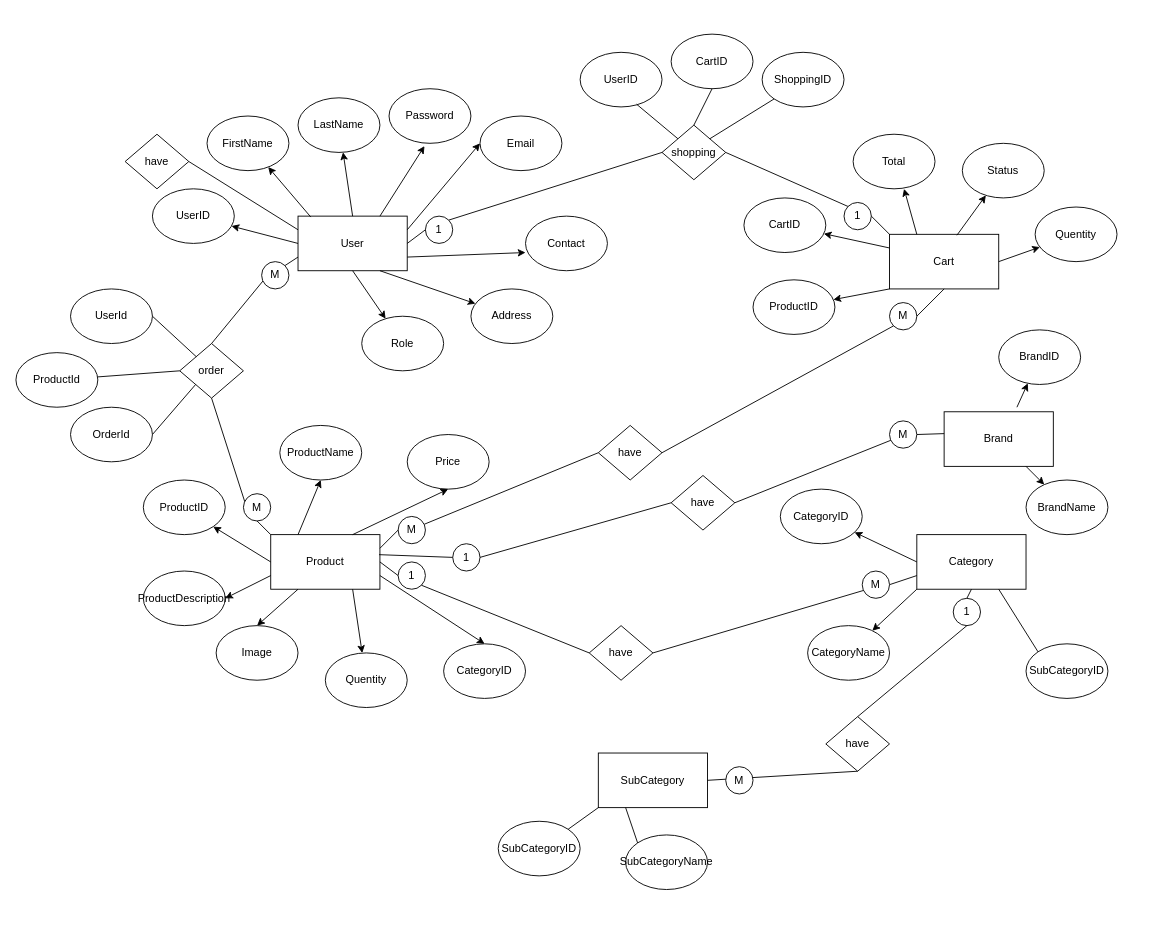
Earlier version of the draw.io diagram page "Page-2" (2 of 3) of Task01.drawio (buddikatdk/Task01). Source tidied: cells renumbered, new cells numbered last; positions are measured from the earlier drawing's top-left corner, leaving out a move shared by most shapes. Both pictures are drawn from the tidied source at 91%, with x=0, y=0 at pixel (15, 34).
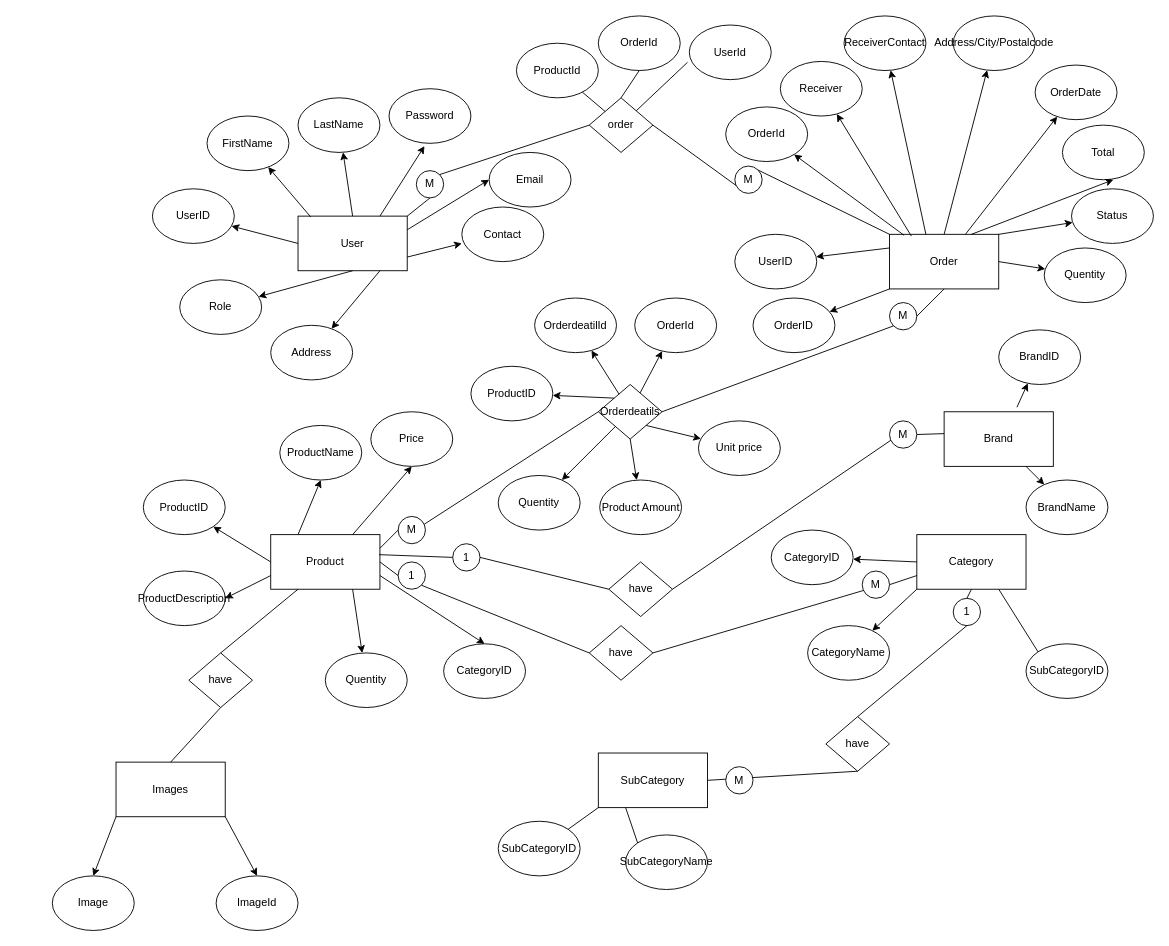
The same diagram, later.

The change refers to these unchanged cells:
```xml
<mxCell id="2" value="User" style="rounded=0;whiteSpace=wrap;html=1;" parent="1" vertex="1">
  <mxGeometry x="310" y="200" width="120" height="60" as="geometry" />
</mxCell>
<mxCell id="15" value="Product" style="rounded=0;whiteSpace=wrap;html=1;" parent="1" vertex="1">
  <mxGeometry x="280" y="550" width="120" height="60" as="geometry" />
</mxCell>
```

Change to the diagram source:
```diff
@@
     <mxCell id="6" value="Email" style="ellipse;whiteSpace=wrap;html=1;" parent="1" vertex="1">
-      <mxGeometry x="510" y="90" width="90" height="60" as="geometry" />
+      <mxGeometry x="520" y="130" width="90" height="60" as="geometry" />
     </mxCell>
     <mxCell id="7" value="Contact" style="ellipse;whiteSpace=wrap;html=1;" parent="1" vertex="1">
-      <mxGeometry x="560" y="200" width="90" height="60" as="geometry" />
+      <mxGeometry x="490" y="190" width="90" height="60" as="geometry" />
     </mxCell>
@@
     <mxCell id="13" value="Address" style="ellipse;whiteSpace=wrap;html=1;" parent="1" vertex="1">
-      <mxGeometry x="500" y="280" width="90" height="60" as="geometry" />
+      <mxGeometry x="280" y="320" width="90" height="60" as="geometry" />
     </mxCell>
@@
     <mxCell id="18" value="Price" style="ellipse;whiteSpace=wrap;html=1;" parent="1" vertex="1">
-      <mxGeometry x="430" y="440" width="90" height="60" as="geometry" />
+      <mxGeometry x="390" y="415" width="90" height="60" as="geometry" />
     </mxCell>
@@
     <mxCell id="28" value="Image" style="ellipse;whiteSpace=wrap;html=1;" parent="1" vertex="1">
-      <mxGeometry x="220" y="650" width="90" height="60" as="geometry" />
+      <mxGeometry x="40" y="925" width="90" height="60" as="geometry" />
     </mxCell>
-    <mxCell id="29" style="endArrow=classic;html=1;rounded=0;exitX=0.25;exitY=1;exitDx=0;exitDy=0;entryX=0.5;entryY=0;entryDx=0;entryDy=0;" parent="1" edge="1" source="15" target="28">
-      <mxGeometry relative="1" as="geometry" />
-    </mxCell>
@@
     <mxCell id="31" value="CategoryID" style="ellipse;whiteSpace=wrap;html=1;" parent="1" vertex="1">
-      <mxGeometry x="840" y="500" width="90" height="60" as="geometry" />
+      <mxGeometry x="830" y="545" width="90" height="60" as="geometry" />
     </mxCell>
@@
-    <mxCell id="35" value="Cart" style="rounded=0;whiteSpace=wrap;html=1;" parent="1" vertex="1">
+    <mxCell id="35" value="Order" style="rounded=0;whiteSpace=wrap;html=1;" parent="1" vertex="1">
       <mxGeometry x="960" y="220" width="120" height="60" as="geometry" />
     </mxCell>
-    <mxCell id="36" value="ProductID" style="ellipse;whiteSpace=wrap;html=1;" parent="1" vertex="1">
-      <mxGeometry x="810" y="270" width="90" height="60" as="geometry" />
+    <mxCell id="36" value="OrderID" style="ellipse;whiteSpace=wrap;html=1;" parent="1" vertex="1">
+      <mxGeometry x="810" y="290" width="90" height="60" as="geometry" />
     </mxCell>
@@
-    <mxCell id="38" value="CartID" style="ellipse;whiteSpace=wrap;html=1;" parent="1" vertex="1">
-      <mxGeometry x="800" y="180" width="90" height="60" as="geometry" />
+    <mxCell id="38" value="UserID" style="ellipse;whiteSpace=wrap;html=1;" parent="1" vertex="1">
+      <mxGeometry x="790" y="220" width="90" height="60" as="geometry" />
     </mxCell>
@@
     <mxCell id="40" value="Total" style="ellipse;whiteSpace=wrap;html=1;" parent="1" vertex="1">
-      <mxGeometry x="920" y="110" width="90" height="60" as="geometry" />
+      <mxGeometry x="1150" y="100" width="90" height="60" as="geometry" />
     </mxCell>
-    <mxCell id="41" style="endArrow=classic;html=1;rounded=0;exitX=0.25;exitY=0;exitDx=0;exitDy=0;entryX=0.622;entryY=1;entryDx=0;entryDy=0;entryPerimeter=0;" parent="1" edge="1" source="35" target="40">
+    <mxCell id="41" style="endArrow=classic;html=1;rounded=0;entryX=0.622;entryY=1;entryDx=0;entryDy=0;entryPerimeter=0;exitX=0.75;exitY=0;exitDx=0;exitDy=0;" parent="1" edge="1" source="35" target="40">
       <mxGeometry relative="1" as="geometry" />
     </mxCell>
     <mxCell id="42" value="Status" style="ellipse;whiteSpace=wrap;html=1;" parent="1" vertex="1">
-      <mxGeometry x="1040" y="120" width="90" height="60" as="geometry" />
+      <mxGeometry x="1160" y="170" width="90" height="60" as="geometry" />
     </mxCell>
-    <mxCell id="43" style="endArrow=classic;html=1;rounded=0;exitX=0.617;exitY=0.017;exitDx=0;exitDy=0;exitPerimeter=0;" parent="1" edge="1" source="35" target="42">
+    <mxCell id="43" style="endArrow=classic;html=1;rounded=0;exitX=1;exitY=0;exitDx=0;exitDy=0;" parent="1" edge="1" source="35" target="42">
       <mxGeometry relative="1" as="geometry" />
     </mxCell>
@@
     <mxCell id="46" value="Quentity" style="ellipse;whiteSpace=wrap;html=1;" parent="1" vertex="1">
-      <mxGeometry x="1120" y="190" width="90" height="60" as="geometry" />
+      <mxGeometry x="1130" y="235" width="90" height="60" as="geometry" />
     </mxCell>
@@
     <mxCell id="48" value="order" style="rhombus;whiteSpace=wrap;html=1;" parent="1" vertex="1">
-      <mxGeometry x="180" y="340" width="70" height="60" as="geometry" />
+      <mxGeometry x="630" y="70" width="70" height="60" as="geometry" />
     </mxCell>
-    <mxCell id="49" style="endArrow=none;html=1;rounded=0;entryX=0;entryY=0.75;entryDx=0;entryDy=0;exitX=1;exitY=0;exitDx=0;exitDy=0;startArrow=none;" parent="1" edge="1" source="61" target="2">
+    <mxCell id="49" style="endArrow=none;html=1;rounded=0;entryX=0;entryY=0;entryDx=0;entryDy=0;exitX=1;exitY=0;exitDx=0;exitDy=0;startArrow=none;" parent="1" edge="1" source="61" target="35">
       <mxGeometry relative="1" as="geometry" />
     </mxCell>
-    <mxCell id="50" style="endArrow=none;html=1;rounded=0;exitX=0.5;exitY=1;exitDx=0;exitDy=0;entryX=0;entryY=0;entryDx=0;entryDy=0;startArrow=none;" parent="1" edge="1" source="63" target="15">
+    <mxCell id="50" style="endArrow=none;html=1;rounded=0;exitX=0.5;exitY=1;exitDx=0;exitDy=0;entryX=1;entryY=0;entryDx=0;entryDy=0;startArrow=none;" parent="1" edge="1" source="63" target="2">
       <mxGeometry relative="1" as="geometry" />
     </mxCell>
@@
-    <mxCell id="54" value="have" style="rhombus;whiteSpace=wrap;html=1;" parent="1" vertex="1">
-      <mxGeometry x="640" y="430" width="70" height="60" as="geometry" />
+    <mxCell id="54" value="Orderdeatils" style="rhombus;whiteSpace=wrap;html=1;" parent="1" vertex="1">
+      <mxGeometry x="640" y="385" width="70" height="60" as="geometry" />
     </mxCell>
@@
     <mxCell id="61" value="M" style="ellipse;whiteSpace=wrap;html=1;" parent="1" vertex="1">
-      <mxGeometry x="270" y="250" width="30" height="30" as="geometry" />
+      <mxGeometry x="790" y="145" width="30" height="30" as="geometry" />
     </mxCell>
-    <mxCell id="62" style="endArrow=none;html=1;rounded=0;entryX=0;entryY=0.75;entryDx=0;entryDy=0;exitX=0.5;exitY=0;exitDx=0;exitDy=0;" parent="1" edge="1" source="48" target="61">
+    <mxCell id="62" style="endArrow=none;html=1;rounded=0;entryX=0;entryY=0.75;entryDx=0;entryDy=0;exitX=1;exitY=0.5;exitDx=0;exitDy=0;" parent="1" edge="1" source="48" target="61">
       <mxGeometry relative="1" as="geometry" />
     </mxCell>
     <mxCell id="63" value="M" style="ellipse;whiteSpace=wrap;html=1;" parent="1" vertex="1">
-      <mxGeometry x="250" y="505" width="30" height="30" as="geometry" />
+      <mxGeometry x="440" y="150" width="30" height="30" as="geometry" />
     </mxCell>
-    <mxCell id="64" style="endArrow=none;html=1;rounded=0;exitX=0.5;exitY=1;exitDx=0;exitDy=0;entryX=0;entryY=0.25;entryDx=0;entryDy=0;" parent="1" edge="1" source="48" target="63">
+    <mxCell id="64" style="endArrow=none;html=1;rounded=0;exitX=0;exitY=0.5;exitDx=0;exitDy=0;entryX=1;entryY=0;entryDx=0;entryDy=0;" parent="1" edge="1" source="48" target="63">
       <mxGeometry relative="1" as="geometry" />
     </mxCell>
@@
     <mxCell id="69" value="UserId" style="ellipse;whiteSpace=wrap;html=1;" parent="1" vertex="1">
-      <mxGeometry x="60" y="280" width="90" height="60" as="geometry" />
+      <mxGeometry x="740" y="-10" width="90" height="60" as="geometry" />
     </mxCell>
     <mxCell id="70" value="ProductId" style="ellipse;whiteSpace=wrap;html=1;" parent="1" vertex="1">
-      <mxGeometry y="350" width="90" height="60" as="geometry" />
+      <mxGeometry x="550" y="10" width="90" height="60" as="geometry" />
     </mxCell>
     <mxCell id="71" value="OrderId" style="ellipse;whiteSpace=wrap;html=1;" parent="1" vertex="1">
-      <mxGeometry x="60" y="410" width="90" height="60" as="geometry" />
+      <mxGeometry x="640" y="-20" width="90" height="60" as="geometry" />
     </mxCell>
-    <mxCell id="72" style="endArrow=none;html=1;rounded=0;exitX=1;exitY=0.5;exitDx=0;exitDy=0;" parent="1" edge="1" source="69" target="48">
+    <mxCell id="72" style="endArrow=none;html=1;rounded=0;exitX=-0.022;exitY=0.683;exitDx=0;exitDy=0;exitPerimeter=0;" parent="1" edge="1" source="69" target="48">
       <mxGeometry relative="1" as="geometry" />
     </mxCell>
-    <mxCell id="73" style="endArrow=none;html=1;rounded=0;entryX=0;entryY=0.5;entryDx=0;entryDy=0;" parent="1" edge="1" source="70" target="48">
+    <mxCell id="73" style="endArrow=none;html=1;rounded=0;entryX=0;entryY=0;entryDx=0;entryDy=0;" parent="1" edge="1" source="70" target="48">
       <mxGeometry relative="1" as="geometry" />
     </mxCell>
-    <mxCell id="74" style="endArrow=none;html=1;rounded=0;exitX=1;exitY=0.5;exitDx=0;exitDy=0;entryX=0;entryY=1;entryDx=0;entryDy=0;" parent="1" edge="1" source="71" target="48">
+    <mxCell id="74" style="endArrow=none;html=1;rounded=0;exitX=0.5;exitY=1;exitDx=0;exitDy=0;entryX=0.5;entryY=0;entryDx=0;entryDy=0;" parent="1" edge="1" source="71" target="48">
       <mxGeometry relative="1" as="geometry" />
     </mxCell>
-    <mxCell id="75" value="shopping" style="rhombus;whiteSpace=wrap;html=1;" parent="1" vertex="1">
-      <mxGeometry x="710" y="100" width="70" height="60" as="geometry" />
-    </mxCell>
-    <mxCell id="76" style="endArrow=none;html=1;rounded=0;exitX=1;exitY=0;exitDx=0;exitDy=0;entryX=0;entryY=0.5;entryDx=0;entryDy=0;startArrow=none;" parent="1" edge="1" source="84" target="75">
-      <mxGeometry relative="1" as="geometry" />
-    </mxCell>
-    <mxCell id="77" style="endArrow=none;html=1;rounded=0;entryX=1;entryY=0.5;entryDx=0;entryDy=0;exitX=0;exitY=0;exitDx=0;exitDy=0;startArrow=none;" parent="1" edge="1" source="86" target="75">
-      <mxGeometry relative="1" as="geometry" />
-    </mxCell>
-    <mxCell id="78" value="UserID" style="ellipse;whiteSpace=wrap;html=1;" parent="1" vertex="1">
-      <mxGeometry x="620" y="20" width="90" height="60" as="geometry" />
-    </mxCell>
-    <mxCell id="79" value="CartID" style="ellipse;whiteSpace=wrap;html=1;" parent="1" vertex="1">
-      <mxGeometry x="720" width="90" height="60" as="geometry" />
-    </mxCell>
-    <mxCell id="80" value="ShoppingID" style="ellipse;whiteSpace=wrap;html=1;" parent="1" vertex="1">
-      <mxGeometry x="820" y="20" width="90" height="60" as="geometry" />
-    </mxCell>
-    <mxCell id="81" style="endArrow=none;html=1;rounded=0;entryX=0.689;entryY=0.95;entryDx=0;entryDy=0;exitX=0;exitY=0;exitDx=0;exitDy=0;entryPerimeter=0;" parent="1" edge="1" source="75" target="78">
-      <mxGeometry relative="1" as="geometry" />
-    </mxCell>
-    <mxCell id="82" style="endArrow=none;html=1;rounded=0;entryX=0.5;entryY=1;entryDx=0;entryDy=0;exitX=0.5;exitY=0;exitDx=0;exitDy=0;" parent="1" edge="1" source="75" target="79">
-      <mxGeometry relative="1" as="geometry" />
-    </mxCell>
-    <mxCell id="83" style="endArrow=none;html=1;rounded=0;entryX=0;entryY=1;entryDx=0;entryDy=0;exitX=1;exitY=0;exitDx=0;exitDy=0;" parent="1" edge="1" source="75" target="80">
-      <mxGeometry relative="1" as="geometry" />
-    </mxCell>
-    <mxCell id="84" value="1" style="ellipse;whiteSpace=wrap;html=1;" parent="1" vertex="1">
-      <mxGeometry x="450" y="200" width="30" height="30" as="geometry" />
-    </mxCell>
-    <mxCell id="85" style="endArrow=none;html=1;rounded=0;exitX=1;exitY=0.5;exitDx=0;exitDy=0;entryX=0;entryY=0.5;entryDx=0;entryDy=0;" parent="1" edge="1" source="2" target="84">
-      <mxGeometry relative="1" as="geometry" />
-    </mxCell>
-    <mxCell id="86" value="1" style="ellipse;whiteSpace=wrap;html=1;" parent="1" vertex="1">
-      <mxGeometry x="910" y="185" width="30" height="30" as="geometry" />
-    </mxCell>
-    <mxCell id="87" style="endArrow=none;html=1;rounded=0;entryX=1;entryY=0.5;entryDx=0;entryDy=0;exitX=0;exitY=0;exitDx=0;exitDy=0;" parent="1" edge="1" source="35" target="86">
-      <mxGeometry relative="1" as="geometry" />
-    </mxCell>
-    <mxCell id="88" value="have" style="rhombus;whiteSpace=wrap;html=1;" parent="1" vertex="1">
-      <mxGeometry x="120" y="110" width="70" height="60" as="geometry" />
-    </mxCell>
-    <mxCell id="89" style="endArrow=none;html=1;rounded=0;entryX=1;entryY=0.5;entryDx=0;entryDy=0;exitX=0;exitY=0.25;exitDx=0;exitDy=0;" parent="1" edge="1" source="2" target="88">
-      <mxGeometry relative="1" as="geometry" />
-    </mxCell>
     <mxCell id="90" value="Role" style="ellipse;whiteSpace=wrap;html=1;" parent="1" vertex="1">
-      <mxGeometry x="380" y="310" width="90" height="60" as="geometry" />
+      <mxGeometry x="180" y="270" width="90" height="60" as="geometry" />
     </mxCell>
@@
     <mxCell id="97" value="have" style="rhombus;whiteSpace=wrap;html=1;" parent="1" vertex="1">
-      <mxGeometry x="720" y="485" width="70" height="60" as="geometry" />
+      <mxGeometry x="651.5" y="580" width="70" height="60" as="geometry" />
     </mxCell>
@@
+    <mxCell id="117" value="Images" style="rounded=0;whiteSpace=wrap;html=1;" parent="1" vertex="1">
+      <mxGeometry x="110" y="800" width="120" height="60" as="geometry" />
+    </mxCell>
+    <mxCell id="118" value="ImageId" style="ellipse;whiteSpace=wrap;html=1;" parent="1" vertex="1">
+      <mxGeometry x="220" y="925" width="90" height="60" as="geometry" />
+    </mxCell>
+    <mxCell id="119" style="endArrow=classic;html=1;rounded=0;exitX=0;exitY=1;exitDx=0;exitDy=0;entryX=0.5;entryY=0;entryDx=0;entryDy=0;" parent="1" edge="1">
+      <mxGeometry relative="1" as="geometry">
+        <mxPoint x="110" y="860" as="sourcePoint" />
+        <mxPoint x="85" y="925" as="targetPoint" />
+      </mxGeometry>
+    </mxCell>
+    <mxCell id="120" style="endArrow=classic;html=1;rounded=0;exitX=1;exitY=1;exitDx=0;exitDy=0;entryX=0.5;entryY=0;entryDx=0;entryDy=0;" parent="1" edge="1" source="117" target="118">
+      <mxGeometry relative="1" as="geometry" />
+    </mxCell>
+    <mxCell id="88" value="have" style="rhombus;whiteSpace=wrap;html=1;" parent="1" vertex="1">
+      <mxGeometry x="190" y="680" width="70" height="60" as="geometry" />
+    </mxCell>
+    <mxCell id="121" style="endArrow=none;html=1;rounded=0;exitX=0.5;exitY=0;exitDx=0;exitDy=0;entryX=0.25;entryY=1;entryDx=0;entryDy=0;" parent="1" edge="1" source="88" target="15">
+      <mxGeometry relative="1" as="geometry" />
+    </mxCell>
+    <mxCell id="122" style="endArrow=none;html=1;rounded=0;exitX=0.5;exitY=0;exitDx=0;exitDy=0;entryX=0.5;entryY=1;entryDx=0;entryDy=0;" parent="1" edge="1" source="117" target="88">
+      <mxGeometry relative="1" as="geometry" />
+    </mxCell>
+    <mxCell id="123" value="ProductID" style="ellipse;whiteSpace=wrap;html=1;" parent="1" vertex="1">
+      <mxGeometry x="500" y="365" width="90" height="60" as="geometry" />
+    </mxCell>
+    <mxCell id="124" style="endArrow=classic;html=1;rounded=0;exitX=0;exitY=0;exitDx=0;exitDy=0;" parent="1" edge="1" source="54" target="123">
+      <mxGeometry relative="1" as="geometry" />
+    </mxCell>
+    <mxCell id="125" value="OrderdeatilId" style="ellipse;whiteSpace=wrap;html=1;" parent="1" vertex="1">
+      <mxGeometry x="570" y="290" width="90" height="60" as="geometry" />
+    </mxCell>
+    <mxCell id="126" style="endArrow=classic;html=1;rounded=0;" parent="1" edge="1" source="54" target="125">
+      <mxGeometry relative="1" as="geometry" />
+    </mxCell>
+    <mxCell id="127" value="OrderId" style="ellipse;whiteSpace=wrap;html=1;" parent="1" vertex="1">
+      <mxGeometry x="680" y="290" width="90" height="60" as="geometry" />
+    </mxCell>
+    <mxCell id="128" style="endArrow=classic;html=1;rounded=0;" parent="1" edge="1" source="54" target="127">
+      <mxGeometry relative="1" as="geometry" />
+    </mxCell>
+    <mxCell id="129" value="OrderId" style="ellipse;whiteSpace=wrap;html=1;" parent="1" vertex="1">
+      <mxGeometry x="780" y="80" width="90" height="60" as="geometry" />
+    </mxCell>
+    <mxCell id="130" style="endArrow=classic;html=1;rounded=0;exitX=0.133;exitY=0.017;exitDx=0;exitDy=0;exitPerimeter=0;" parent="1" edge="1" source="35" target="129">
+      <mxGeometry relative="1" as="geometry" />
+    </mxCell>
+    <mxCell id="131" value="OrderDate" style="ellipse;whiteSpace=wrap;html=1;" parent="1" vertex="1">
+      <mxGeometry x="1120" y="34" width="90" height="60" as="geometry" />
+    </mxCell>
+    <mxCell id="132" style="endArrow=classic;html=1;rounded=0;" parent="1" edge="1" source="35" target="131">
+      <mxGeometry relative="1" as="geometry" />
+    </mxCell>
+    <mxCell id="133" value="Receiver" style="ellipse;whiteSpace=wrap;html=1;" parent="1" vertex="1">
+      <mxGeometry x="840" y="30" width="90" height="60" as="geometry" />
+    </mxCell>
+    <mxCell id="134" style="endArrow=classic;html=1;rounded=0;exitX=0.2;exitY=0.033;exitDx=0;exitDy=0;exitPerimeter=0;" parent="1" edge="1" source="35" target="133">
+      <mxGeometry relative="1" as="geometry" />
+    </mxCell>
+    <mxCell id="135" value="ReceiverContact" style="ellipse;whiteSpace=wrap;html=1;" parent="1" vertex="1">
+      <mxGeometry x="910" y="-20" width="90" height="60" as="geometry" />
+    </mxCell>
+    <mxCell id="136" style="endArrow=classic;html=1;rounded=0;exitX=0.333;exitY=0;exitDx=0;exitDy=0;exitPerimeter=0;" parent="1" edge="1" source="35" target="135">
+      <mxGeometry relative="1" as="geometry" />
+    </mxCell>
+    <mxCell id="137" value="Address/City/Postalcode" style="ellipse;whiteSpace=wrap;html=1;" parent="1" vertex="1">
+      <mxGeometry x="1030" y="-20" width="90" height="60" as="geometry" />
+    </mxCell>
+    <mxCell id="138" style="endArrow=classic;html=1;rounded=0;exitX=0.5;exitY=0;exitDx=0;exitDy=0;" parent="1" edge="1" source="35" target="137">
+      <mxGeometry relative="1" as="geometry" />
+    </mxCell>
+    <mxCell id="139" value="Quentity" style="ellipse;whiteSpace=wrap;html=1;" parent="1" vertex="1">
+      <mxGeometry x="530" y="485" width="90" height="60" as="geometry" />
+    </mxCell>
+    <mxCell id="140" style="endArrow=classic;html=1;rounded=0;" parent="1" edge="1" source="54" target="139">
+      <mxGeometry relative="1" as="geometry" />
+    </mxCell>
+    <mxCell id="141" value="Unit price" style="ellipse;whiteSpace=wrap;html=1;" parent="1" vertex="1">
+      <mxGeometry x="750" y="425" width="90" height="60" as="geometry" />
+    </mxCell>
+    <mxCell id="142" style="endArrow=classic;html=1;rounded=0;exitX=1;exitY=1;exitDx=0;exitDy=0;" parent="1" edge="1" source="54" target="141">
+      <mxGeometry relative="1" as="geometry" />
+    </mxCell>
+    <mxCell id="143" value="Product Amount" style="ellipse;whiteSpace=wrap;html=1;" parent="1" vertex="1">
+      <mxGeometry x="641.5" y="490" width="90" height="60" as="geometry" />
+    </mxCell>
+    <mxCell id="144" style="endArrow=classic;html=1;rounded=0;exitX=0.5;exitY=1;exitDx=0;exitDy=0;" parent="1" edge="1" source="54" target="143">
+      <mxGeometry relative="1" as="geometry" />
+    </mxCell>
+    <mxCell id="145" style="edgeStyle=orthogonalEdgeStyle;rounded=0;orthogonalLoop=1;jettySize=auto;html=1;exitX=0.5;exitY=1;exitDx=0;exitDy=0;" parent="1" edge="1" source="139" target="139">
+      <mxGeometry relative="1" as="geometry" />
+    </mxCell>
```
